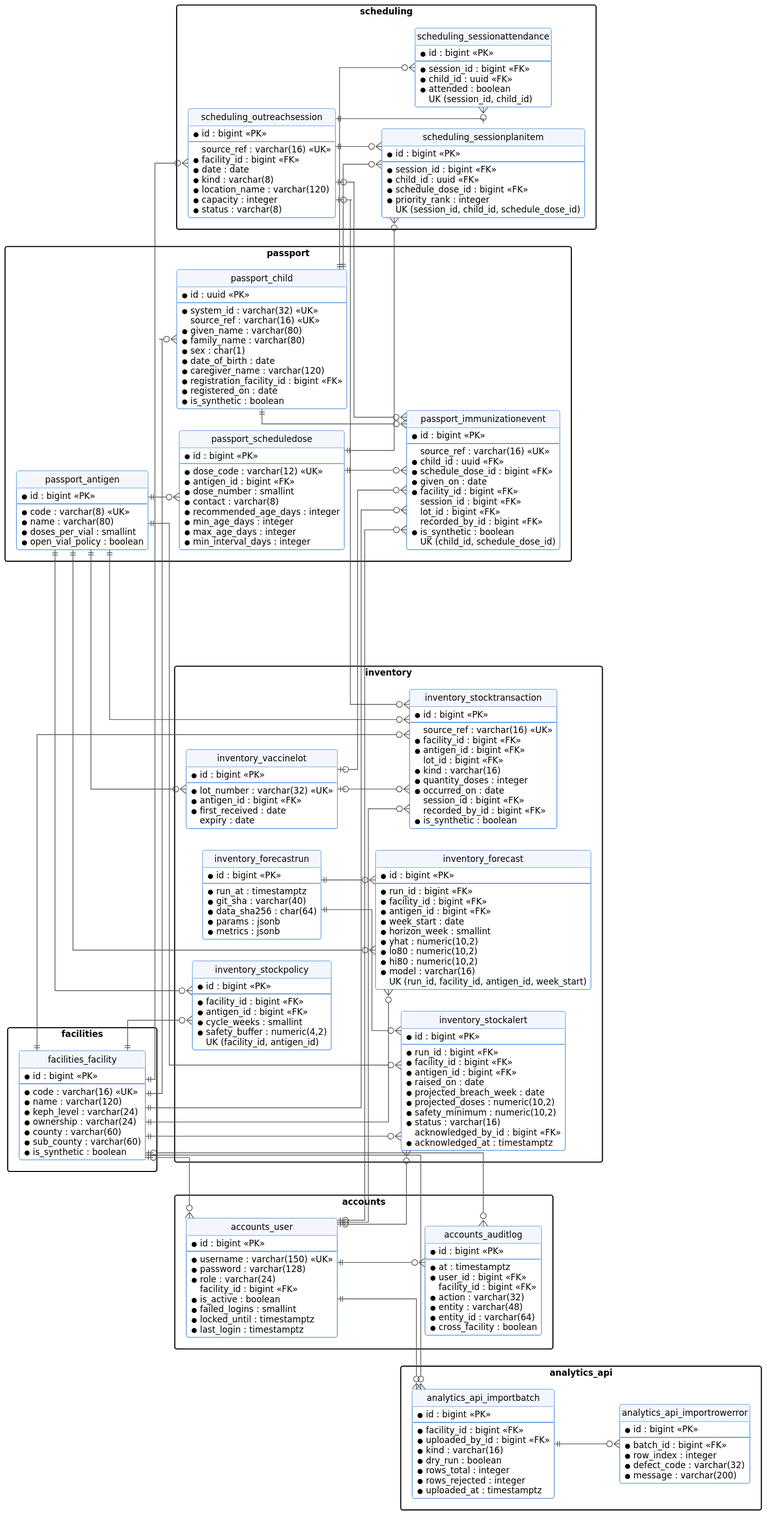
The PlantUML diagram docs/evidence/F-LDS_logical_schema.svg in shantelle04/immunization-dss, before a commit.
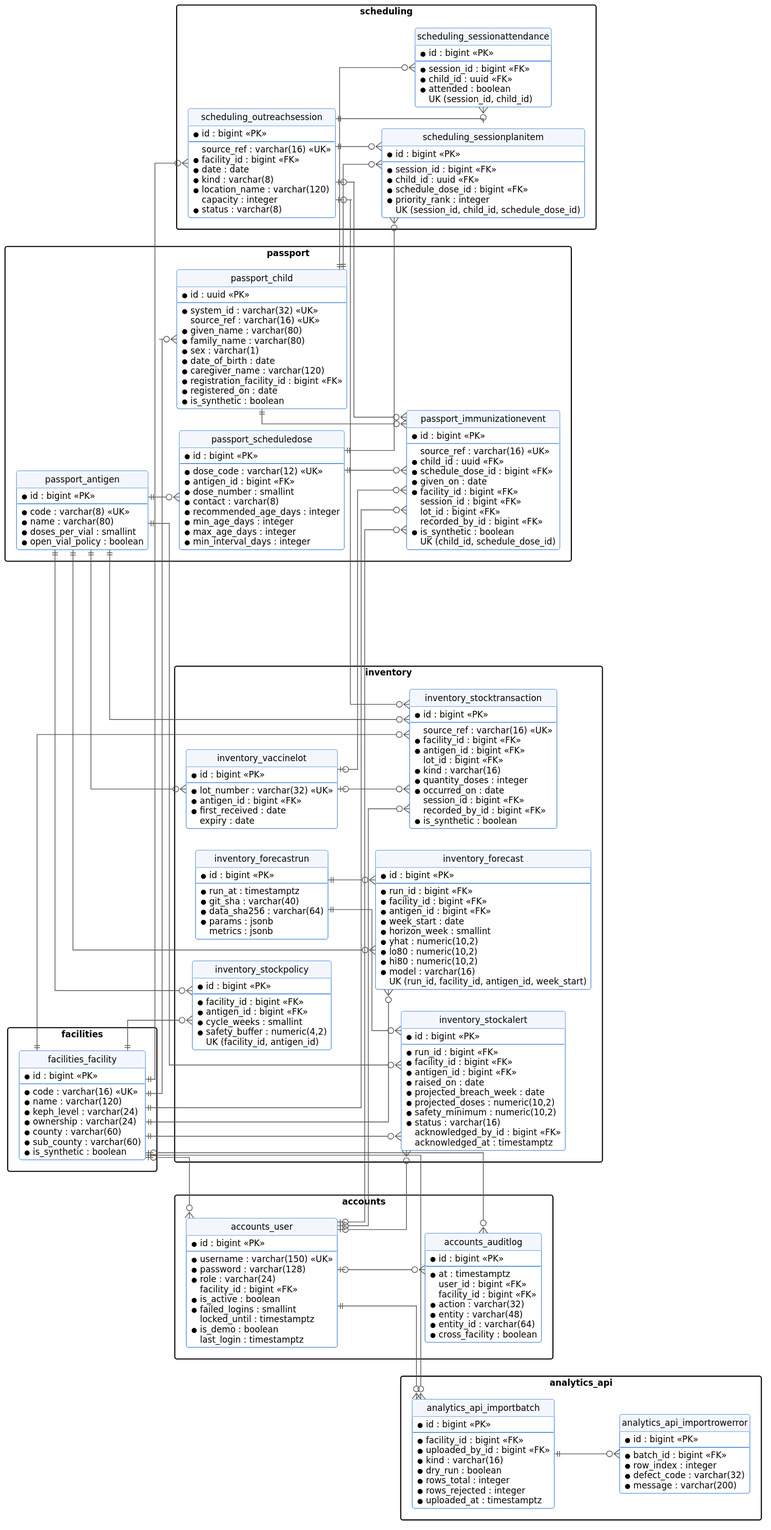
Above is the later version.

The edit, as a diff of the source:
```diff
@@ -27,14 +27,15 @@
     facility_id : bigint <<FK>>
     * is_active : boolean
     * failed_logins : smallint
-    * locked_until : timestamptz
-    * last_login : timestamptz
+    locked_until : timestamptz
+    * is_demo : boolean
+    last_login : timestamptz
   }
   entity "accounts_auditlog" as auditlog {
     * id : bigint <<PK>>
     --
     * at : timestamptz
-    * user_id : bigint <<FK>>
+    user_id : bigint <<FK>>
     facility_id : bigint <<FK>>
     * action : varchar(32)
     * entity : varchar(48)
@@ -70,7 +71,7 @@
     source_ref : varchar(16) <<UK>>
     * given_name : varchar(80)
     * family_name : varchar(80)
-    * sex : char(1)
+    * sex : varchar(1)
     * date_of_birth : date
     * caregiver_name : varchar(120)
     * registration_facility_id : bigint <<FK>>
@@ -129,9 +130,9 @@
     --
     * run_at : timestamptz
     * git_sha : varchar(40)
-    * data_sha256 : char(64)
+    * data_sha256 : varchar(64)
     * params : jsonb
-    * metrics : jsonb
+    metrics : jsonb
   }
   entity "inventory_forecast" as forecast {
     * id : bigint <<PK>>
@@ -159,7 +160,7 @@
     * safety_minimum : numeric(10,2)
     * status : varchar(16)
     acknowledged_by_id : bigint <<FK>>
-    * acknowledged_at : timestamptz
+    acknowledged_at : timestamptz
   }
 }
 package "scheduling" {
@@ -171,7 +172,7 @@
     * date : date
     * kind : varchar(8)
     * location_name : varchar(120)
-    * capacity : integer
+    capacity : integer
     * status : varchar(8)
   }
   entity "scheduling_sessionplanitem" as sessionplanitem {
@@ -214,7 +215,7 @@
   }
 }
 facility |o--o{ user
-user ||--o{ auditlog
+user |o--o{ auditlog
 facility |o--o{ auditlog
 antigen ||--o{ scheduledose
 facility ||--o{ child
```
